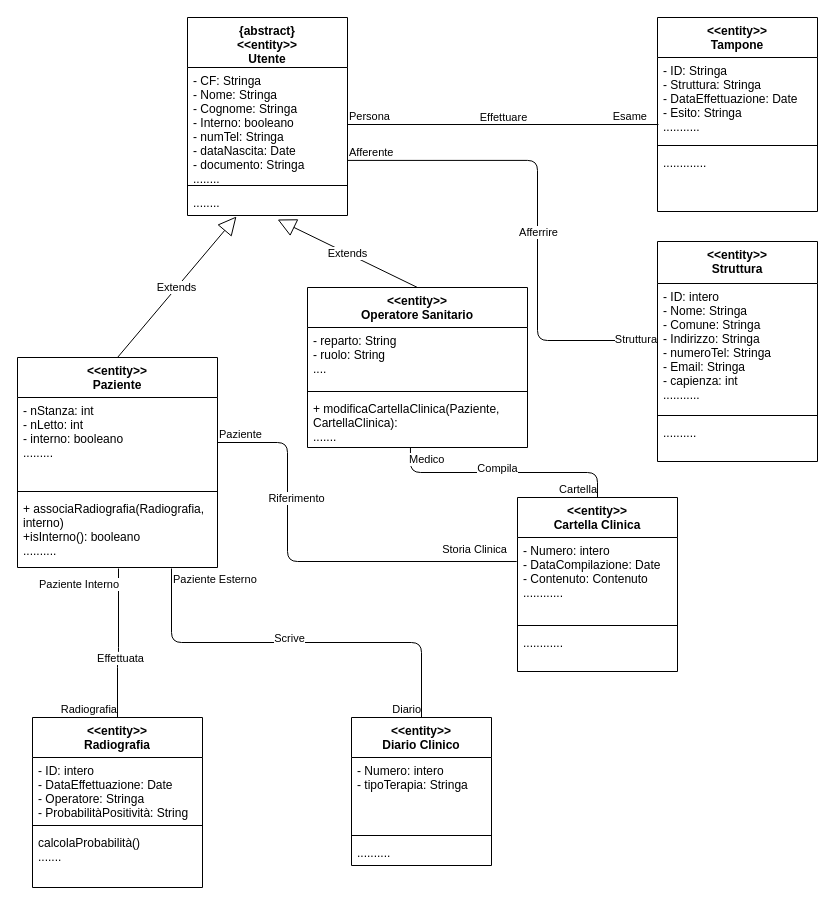
Before: Diagrammi/Class Diagram.drawio in lorycris99/Team-HILO, a draw.io diagram. Source tidied: cells renumbered, new cells numbered last; positions are measured from the earlier drawing's top-left corner, leaving out a move shared by most shapes. Both pictures are drawn from the tidied source at 100%, with x=0, y=0 at pixel (17, 17).
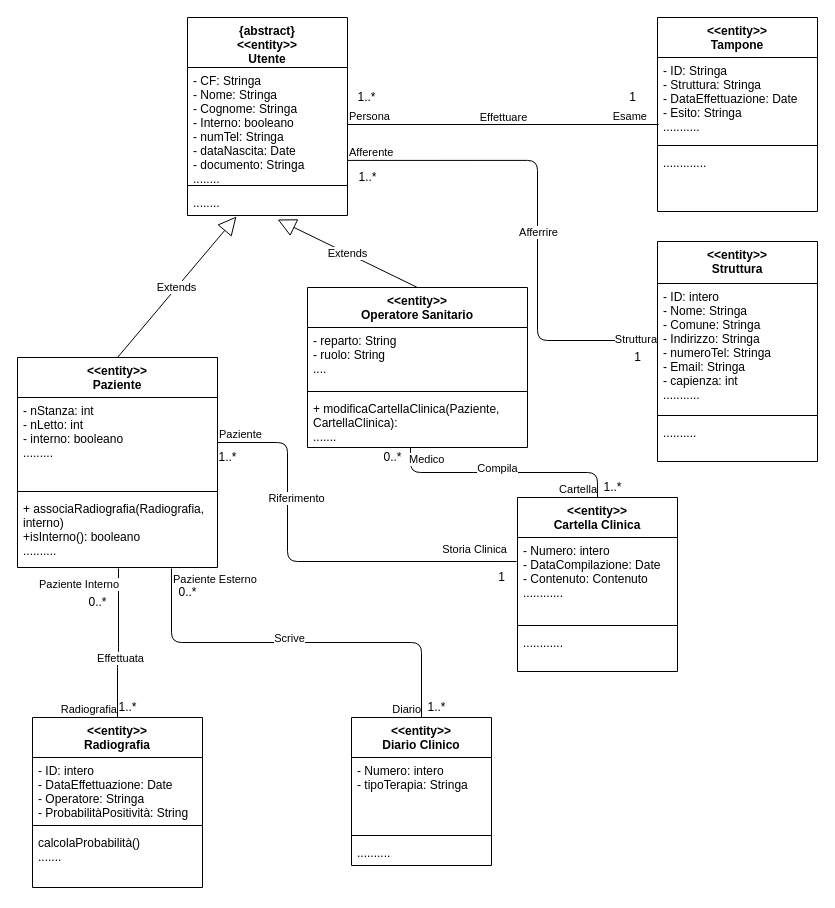
Above is the later version.

Commit message (it also covers changes not shown here):
Ripristinato il class diagram

Aggiunte cardinalità e fatto il revert dell'object diagram visto che una certa persona ci ha detto una "stupidaggine"

Diff of the diagram source:
```diff
@@
+    <mxCell id="60" value="1..*" style="text;html=1;align=center;verticalAlign=middle;" parent="1" vertex="1">
+      <mxGeometry x="334" y="70" width="30" height="20" as="geometry" />
+    </mxCell>
+    <mxCell id="61" value="1" style="text;html=1;align=center;verticalAlign=middle;" parent="1" vertex="1">
+      <mxGeometry x="605" y="70" width="20" height="20" as="geometry" />
+    </mxCell>
+    <mxCell id="62" value="1..*" style="text;html=1;align=center;verticalAlign=middle;" parent="1" vertex="1">
+      <mxGeometry x="335" y="150" width="30" height="20" as="geometry" />
+    </mxCell>
+    <mxCell id="63" value="1" style="text;html=1;align=center;verticalAlign=middle;" parent="1" vertex="1">
+      <mxGeometry x="610" y="330" width="20" height="20" as="geometry" />
+    </mxCell>
+    <mxCell id="64" value="0..*" style="text;html=1;align=center;verticalAlign=middle;" parent="1" vertex="1">
+      <mxGeometry x="360" y="430" width="30" height="20" as="geometry" />
+    </mxCell>
+    <mxCell id="65" value="1..*" style="text;html=1;align=center;verticalAlign=middle;" parent="1" vertex="1">
+      <mxGeometry x="580" y="460" width="30" height="20" as="geometry" />
+    </mxCell>
+    <mxCell id="66" value="1" style="text;html=1;align=center;verticalAlign=middle;" parent="1" vertex="1">
+      <mxGeometry x="474" y="550" width="20" height="20" as="geometry" />
+    </mxCell>
+    <mxCell id="67" value="1..*" style="text;html=1;align=center;verticalAlign=middle;" parent="1" vertex="1">
+      <mxGeometry x="195" y="430" width="30" height="20" as="geometry" />
+    </mxCell>
+    <mxCell id="68" value="0..*" style="text;html=1;align=center;verticalAlign=middle;" parent="1" vertex="1">
+      <mxGeometry x="65" y="575" width="30" height="20" as="geometry" />
+    </mxCell>
+    <mxCell id="69" value="1..*" style="text;html=1;align=center;verticalAlign=middle;" parent="1" vertex="1">
+      <mxGeometry x="95" y="680" width="30" height="20" as="geometry" />
+    </mxCell>
+    <mxCell id="70" value="0..*" style="text;html=1;align=center;verticalAlign=middle;" parent="1" vertex="1">
+      <mxGeometry x="155" y="565" width="30" height="20" as="geometry" />
+    </mxCell>
+    <mxCell id="71" value="1..*" style="text;html=1;align=center;verticalAlign=middle;" parent="1" vertex="1">
+      <mxGeometry x="404" y="680" width="30" height="20" as="geometry" />
+    </mxCell>
```
